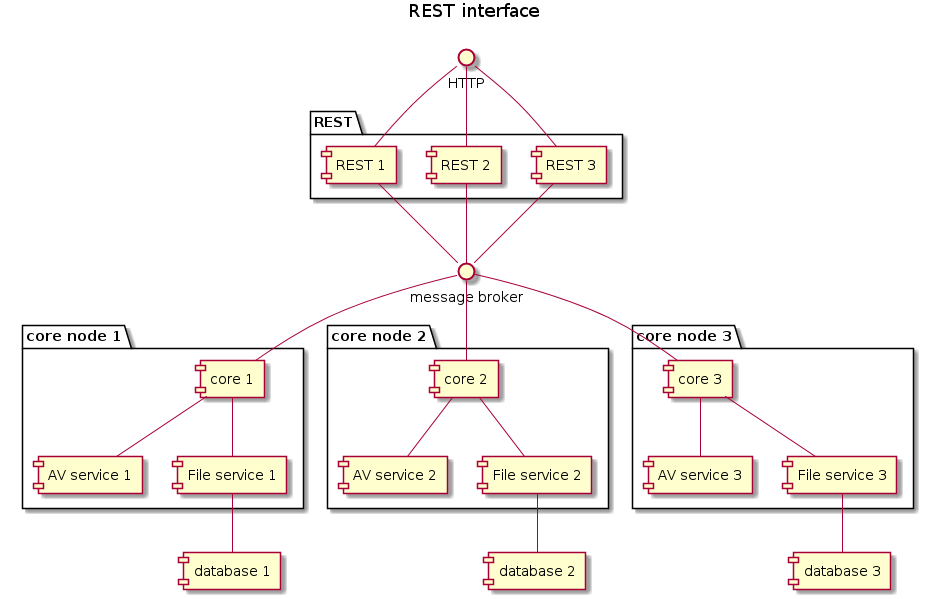
Earlier version of the PlantUML export docs/restcomponent.png (dvoraka/av-service).
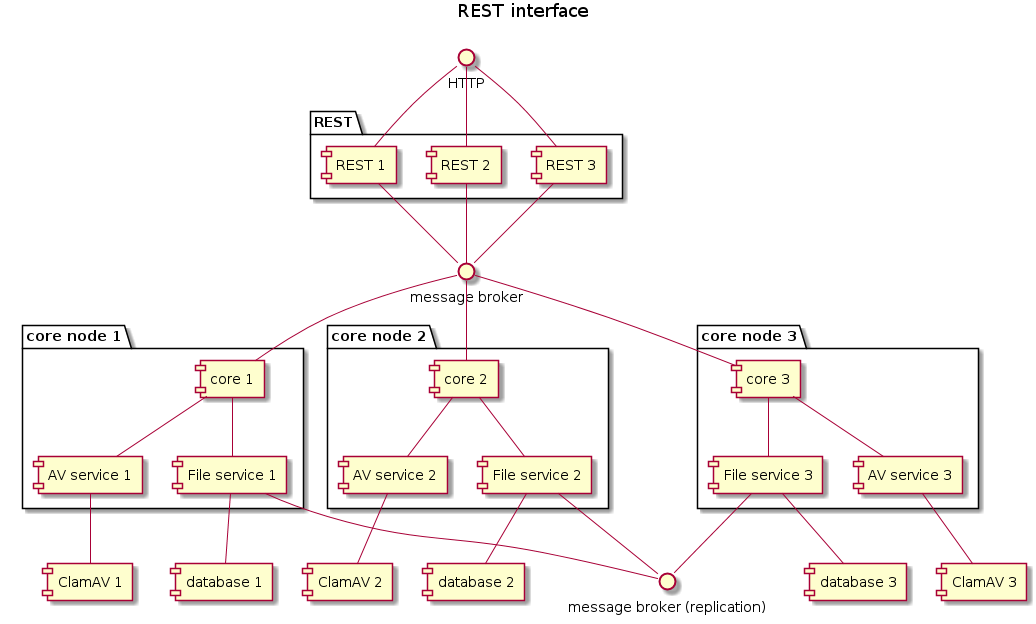
Above is the later version.

Commit message:
#314 Update REST component diagram and image

Diff of the diagram source:
```diff
@@ -4,6 +4,7 @@
 
 interface "HTTP" as http
 interface "message broker" as broker
+interface "message broker (replication)" as broker2
 
 
 package "REST" {
@@ -50,8 +51,16 @@
 [core 2] -- [File service 2]
 [core 3] -- [File service 3]
 
+[AV service 1] -- [ClamAV 1]
+[AV service 2] -- [ClamAV 2]
+[AV service 3] -- [ClamAV 3]
+
 [File service 1] -- [database 1]
 [File service 2] -- [database 2]
 [File service 3] -- [database 3]
 
+[File service 1] -- broker2
+[File service 2] -- broker2
+[File service 3] -- broker2
+
 @enduml
```
